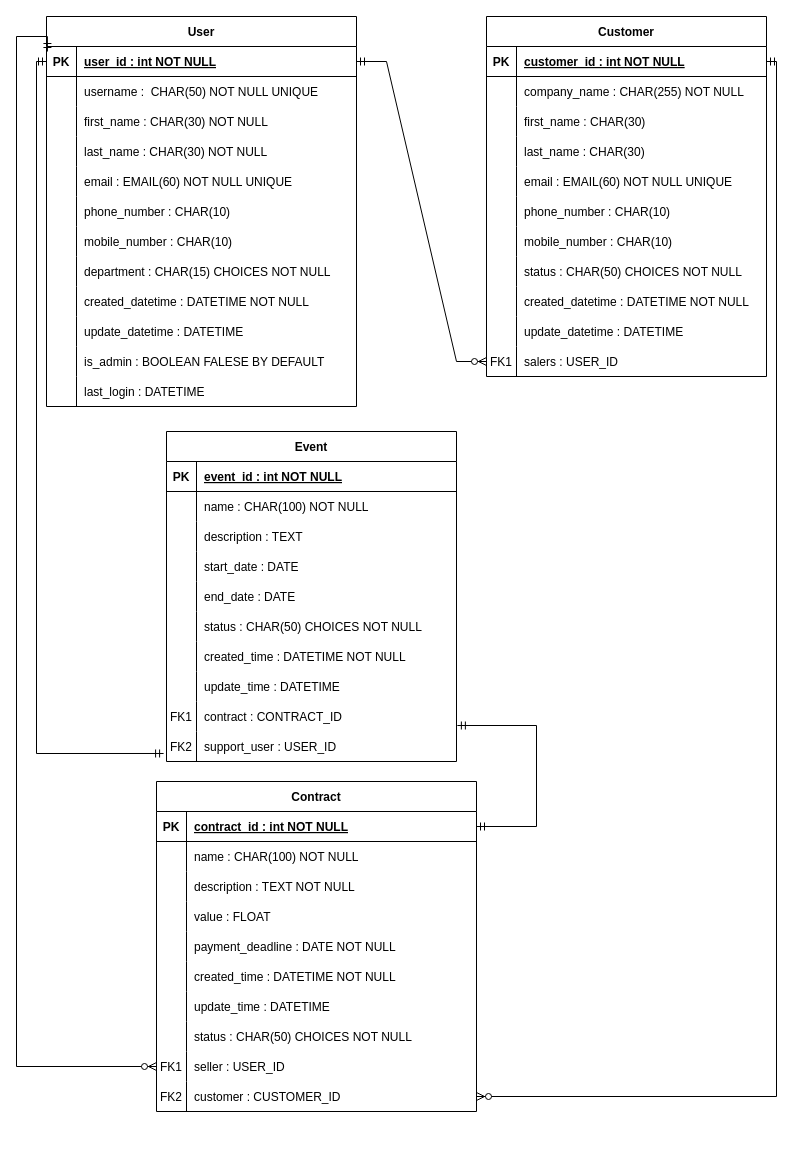
This is mld.drawio from seah78/P12, a draw.io file, before an edit. Source tidied: cells renumbered, new cells numbered last; positions are measured from the earlier drawing's top-left corner, leaving out a move shared by most shapes. Both pictures are drawn from the tidied source at 100%, with x=0, y=0 at pixel (16, 16).
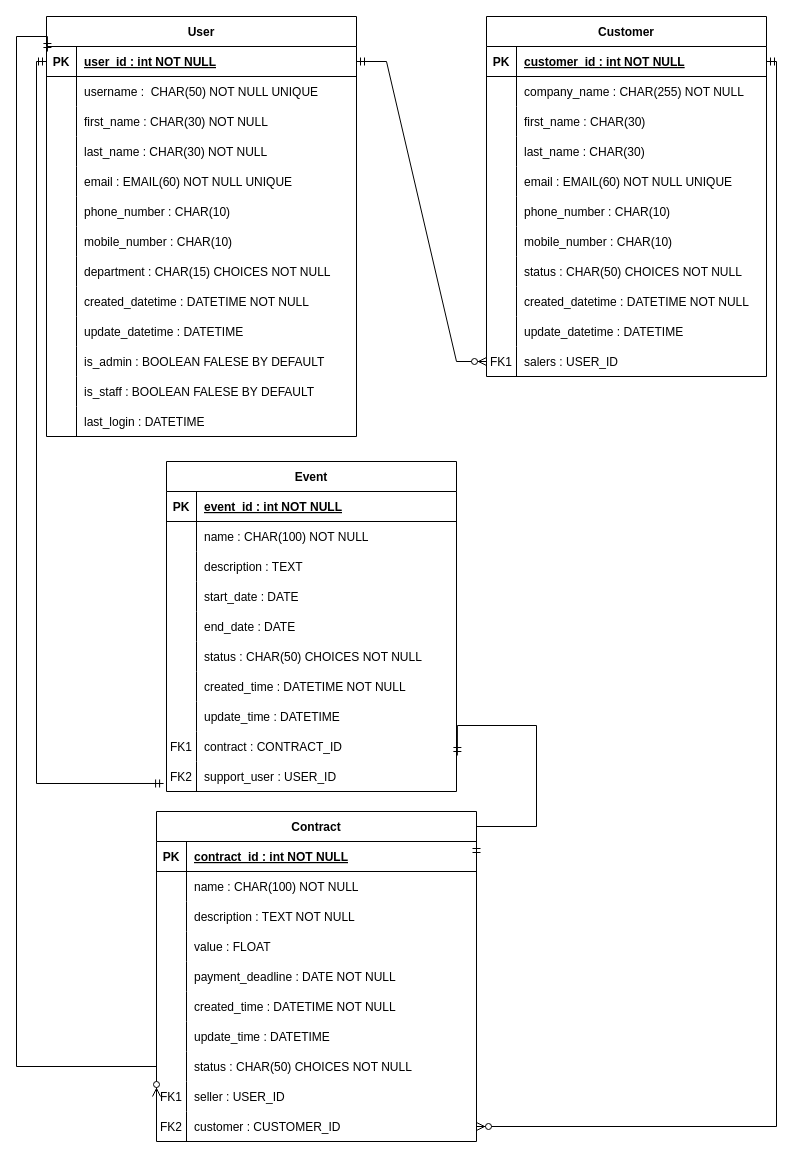
The same diagram, later.

Diff of the diagram source:
```diff
@@
     <mxCell id="2" value="User" style="shape=table;startSize=30;childLayout=tableLayout;rowLines=0;fontStyle=1;align=center;" parent="1" vertex="1">
-      <mxGeometry x="30" width="310" height="390" as="geometry" />
+      <mxGeometry x="30" width="310" height="420" as="geometry" />
     </mxCell>
@@
+    <mxCell id="140" style="shape=tableRow;horizontal=0;startSize=0;swimlaneHead=0;swimlaneBody=0;fillColor=none;top=0;left=0;right=0;bottom=0;" parent="2" vertex="1">
+      <mxGeometry y="360" width="310" height="30" as="geometry" />
+    </mxCell>
+    <mxCell id="141" style="shape=partialRectangle;fillColor=none;top=0;left=0;bottom=0;right=0;overflow=hidden;" parent="140" vertex="1">
+      <mxGeometry width="30" height="30" as="geometry" />
+    </mxCell>
+    <mxCell id="142" value="is_staff : BOOLEAN FALESE BY DEFAULT" style="shape=partialRectangle;fillColor=none;top=0;left=0;bottom=0;right=0;align=left;spacingLeft=6;overflow=hidden;" parent="140" vertex="1">
+      <mxGeometry x="30" width="280" height="30" as="geometry" />
+    </mxCell>
     <mxCell id="36" style="shape=tableRow;horizontal=0;startSize=0;swimlaneHead=0;swimlaneBody=0;fillColor=none;top=0;left=0;right=0;bottom=0;" parent="2" vertex="1">
-      <mxGeometry y="360" width="310" height="30" as="geometry" />
+      <mxGeometry y="390" width="310" height="30" as="geometry" />
     </mxCell>
@@
     <mxCell id="74" value="Event" style="shape=table;startSize=30;childLayout=tableLayout;rowLines=0;fontStyle=1;align=center;fontFamily=Helvetica;fontSize=12;fontColor=default;" parent="1" vertex="1">
-      <mxGeometry x="150" y="415" width="290" height="330" as="geometry" />
+      <mxGeometry x="150" y="445" width="290" height="330" as="geometry" />
     </mxCell>
@@
     <mxCell id="105" value="Contract" style="shape=table;startSize=30;childLayout=tableLayout;rowLines=0;fontStyle=1;align=center;fontFamily=Helvetica;fontSize=12;fontColor=default;" parent="1" vertex="1">
-      <mxGeometry x="140" y="765" width="320" height="330" as="geometry" />
+      <mxGeometry x="140" y="795" width="320" height="330" as="geometry" />
     </mxCell>
```
